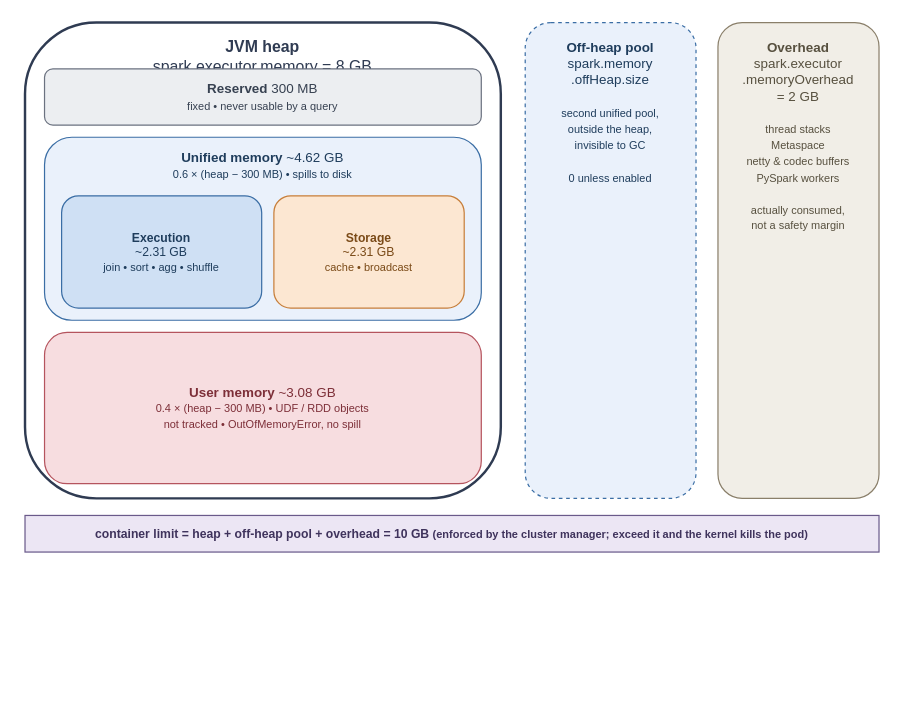
Before: book/figures/executor-memory-model.drawio in AlanPhan04/spark-101-to-pro, a draw.io diagram. Source tidied: cells renumbered, new cells numbered last; positions are measured from the earlier drawing's top-left corner, leaving out a move shared by most shapes. Both pictures are drawn from the tidied source at 122%, with x=0, y=0 at pixel (24, 22).
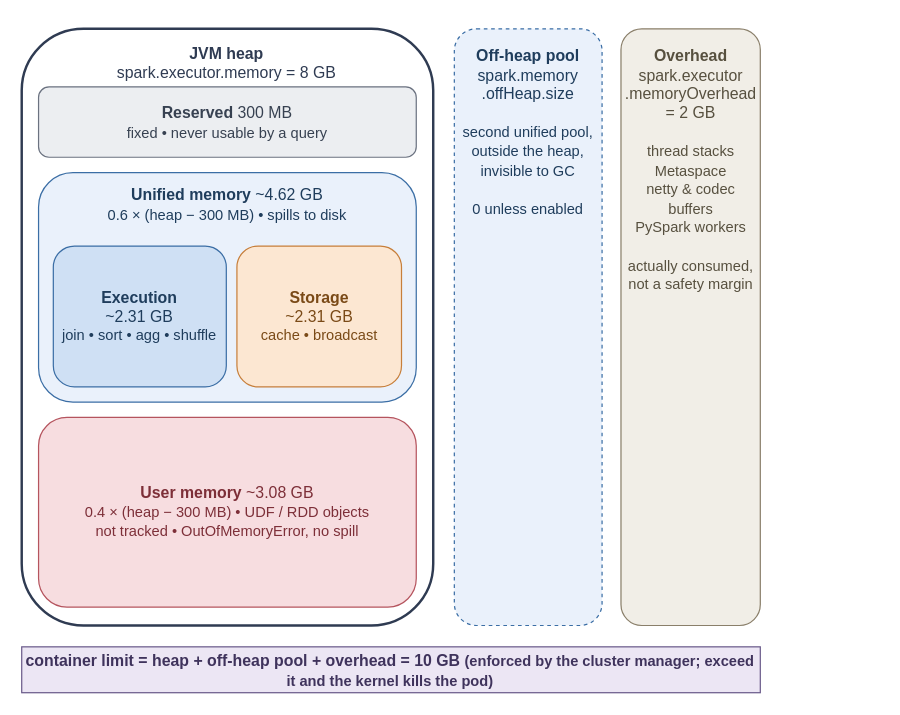
The same diagram, later.

Change to the diagram source:
```diff
@@
 <mxGraphModel>
   <root>
     <mxCell id="0" />
     <mxCell id="1" parent="0" />
     <mxCell id="2" value="&lt;b&gt;JVM heap&lt;/b&gt;&lt;br&gt;spark.executor.memory = 8 GB" style="rounded=1;whiteSpace=wrap;html=1;fillColor=#ffffff;strokeColor=#2f3b52;strokeWidth=2;verticalAlign=top;fontSize=13;spacingTop=6;fontColor=#2f3b52;" parent="1" vertex="1">
-      <mxGeometry width="390" height="390" as="geometry" />
+      <mxGeometry x="-2.7" y="5.1" width="337.3" height="489.1" as="geometry" />
     </mxCell>
-    <mxCell id="3" value="&lt;b&gt;Reserved&lt;/b&gt;  300 MB&lt;br&gt;&lt;span style=&quot;font-size:9px&quot;&gt;fixed &amp;#8226; never usable by a query&lt;/span&gt;" style="rounded=1;whiteSpace=wrap;html=1;fillColor=#eceef1;strokeColor=#6b7280;fontSize=11;fontColor=#374151;" parent="1" vertex="1">
-      <mxGeometry x="16" y="38" width="358" height="46" as="geometry" />
+    <mxCell id="3" value="&lt;b&gt;Reserved&lt;/b&gt;  300 MB&lt;br&gt;&lt;span style=&quot;font-size:12px&quot;&gt;fixed &amp;#8226; never usable by a query&lt;/span&gt;" style="rounded=1;whiteSpace=wrap;html=1;fillColor=#eceef1;strokeColor=#6b7280;fontSize=13;fontColor=#374151;" parent="1" vertex="1">
+      <mxGeometry x="11.1" y="52.7" width="309.6" height="57.7" as="geometry" />
     </mxCell>
-    <mxCell id="4" value="&lt;b&gt;Unified memory&lt;/b&gt;  ~4.62 GB&lt;br&gt;&lt;span style=&quot;font-size:9px&quot;&gt;0.6 &amp;#215; (heap &amp;#8722; 300 MB) &amp;#8226; spills to disk&lt;/span&gt;" style="rounded=1;whiteSpace=wrap;html=1;fillColor=#eaf1fb;strokeColor=#3b6ea5;fontSize=11;verticalAlign=top;spacingTop=4;fontColor=#1f3d5c;" parent="1" vertex="1">
-      <mxGeometry x="16" y="94" width="358" height="150" as="geometry" />
+    <mxCell id="4" value="&lt;b&gt;Unified memory&lt;/b&gt;  ~4.62 GB&lt;br&gt;&lt;span style=&quot;font-size:12px&quot;&gt;0.6 &amp;#215; (heap &amp;#8722; 300 MB) &amp;#8226; spills to disk&lt;/span&gt;" style="rounded=1;whiteSpace=wrap;html=1;fillColor=#eaf1fb;strokeColor=#3b6ea5;fontSize=13;verticalAlign=top;spacingTop=4;fontColor=#1f3d5c;" parent="1" vertex="1">
+      <mxGeometry x="11.1" y="123" width="309.6" height="188.1" as="geometry" />
     </mxCell>
-    <mxCell id="5" value="&lt;b&gt;Execution&lt;/b&gt;&lt;br&gt;~2.31 GB&lt;br&gt;&lt;span style=&quot;font-size:9px&quot;&gt;join &amp;#8226; sort &amp;#8226; agg &amp;#8226; shuffle&lt;/span&gt;" style="rounded=1;whiteSpace=wrap;html=1;fillColor=#cfe0f4;strokeColor=#3b6ea5;fontSize=10;fontColor=#1f3d5c;" parent="1" vertex="1">
-      <mxGeometry x="30" y="142" width="164" height="92" as="geometry" />
+    <mxCell id="5" value="&lt;b&gt;Execution&lt;/b&gt;&lt;br&gt;~2.31 GB&lt;br&gt;&lt;span style=&quot;font-size:12px&quot;&gt;join &amp;#8226; sort &amp;#8226; agg &amp;#8226; shuffle&lt;/span&gt;" style="rounded=1;whiteSpace=wrap;html=1;fillColor=#cfe0f4;strokeColor=#3b6ea5;fontSize=13;fontColor=#1f3d5c;" parent="1" vertex="1">
+      <mxGeometry x="23.2" y="183.2" width="141.8" height="115.4" as="geometry" />
     </mxCell>
-    <mxCell id="6" value="&lt;b&gt;Storage&lt;/b&gt;&lt;br&gt;~2.31 GB&lt;br&gt;&lt;span style=&quot;font-size:9px&quot;&gt;cache &amp;#8226; broadcast&lt;/span&gt;" style="rounded=1;whiteSpace=wrap;html=1;fillColor=#fce7d2;strokeColor=#c77f3b;fontSize=10;fontColor=#7a4a17;" parent="1" vertex="1">
-      <mxGeometry x="204" y="142" width="156" height="92" as="geometry" />
+    <mxCell id="6" value="&lt;b&gt;Storage&lt;/b&gt;&lt;br&gt;~2.31 GB&lt;br&gt;&lt;span style=&quot;font-size:12px&quot;&gt;cache &amp;#8226; broadcast&lt;/span&gt;" style="rounded=1;whiteSpace=wrap;html=1;fillColor=#fce7d2;strokeColor=#c77f3b;fontSize=13;fontColor=#7a4a17;" parent="1" vertex="1">
+      <mxGeometry x="173.7" y="183.2" width="134.9" height="115.4" as="geometry" />
     </mxCell>
-    <mxCell id="7" value="&lt;b&gt;User memory&lt;/b&gt;  ~3.08 GB&lt;br&gt;&lt;span style=&quot;font-size:9px&quot;&gt;0.4 &amp;#215; (heap &amp;#8722; 300 MB) &amp;#8226; UDF / RDD objects&lt;br&gt;not tracked &amp;#8226; OutOfMemoryError, no spill&lt;/span&gt;" style="rounded=1;whiteSpace=wrap;html=1;fillColor=#f7dde0;strokeColor=#b5545e;fontSize=11;fontColor=#7d2f38;" parent="1" vertex="1">
-      <mxGeometry x="16" y="254" width="358" height="124" as="geometry" />
+    <mxCell id="7" value="&lt;b&gt;User memory&lt;/b&gt;  ~3.08 GB&lt;br&gt;&lt;span style=&quot;font-size:12px&quot;&gt;0.4 &amp;#215; (heap &amp;#8722; 300 MB) &amp;#8226; UDF / RDD objects&lt;br&gt;not tracked &amp;#8226; OutOfMemoryError, no spill&lt;/span&gt;" style="rounded=1;whiteSpace=wrap;html=1;fillColor=#f7dde0;strokeColor=#b5545e;fontSize=13;fontColor=#7d2f38;" parent="1" vertex="1">
+      <mxGeometry x="11.1" y="323.6" width="309.6" height="155.5" as="geometry" />
     </mxCell>
-    <mxCell id="8" value="&lt;b&gt;Off-heap pool&lt;/b&gt;&lt;br&gt;spark.memory&lt;br&gt;.offHeap.size&lt;br&gt;&lt;br&gt;&lt;span style=&quot;font-size:9px&quot;&gt;second unified pool,&lt;br&gt;outside the heap,&lt;br&gt;invisible to GC&lt;br&gt;&lt;br&gt;0 unless enabled&lt;/span&gt;" style="rounded=1;whiteSpace=wrap;html=1;fillColor=#eaf1fb;strokeColor=#3b6ea5;dashed=1;fontSize=11;verticalAlign=top;spacingTop=8;fontColor=#1f3d5c;" parent="1" vertex="1">
-      <mxGeometry x="410" width="140" height="390" as="geometry" />
+    <mxCell id="8" value="&lt;b&gt;Off-heap pool&lt;/b&gt;&lt;br&gt;spark.memory&lt;br&gt;.offHeap.size&lt;br&gt;&lt;br&gt;&lt;span style=&quot;font-size:12px&quot;&gt;second unified pool,&lt;br&gt;outside the heap,&lt;br&gt;invisible to GC&lt;br&gt;&lt;br&gt;0 unless enabled&lt;/span&gt;" style="rounded=1;whiteSpace=wrap;html=1;fillColor=#eaf1fb;strokeColor=#3b6ea5;dashed=1;fontSize=13;verticalAlign=top;spacingTop=8;fontColor=#1f3d5c;" parent="1" vertex="1">
+      <mxGeometry x="351.9" y="5.1" width="121.1" height="489.1" as="geometry" />
     </mxCell>
-    <mxCell id="9" value="&lt;b&gt;Overhead&lt;/b&gt;&lt;br&gt;spark.executor&lt;br&gt;.memoryOverhead&lt;br&gt;= 2 GB&lt;br&gt;&lt;br&gt;&lt;span style=&quot;font-size:9px&quot;&gt;thread stacks&lt;br&gt;Metaspace&lt;br&gt;netty &amp;amp; codec buffers&lt;br&gt;PySpark workers&lt;br&gt;&lt;br&gt;actually consumed,&lt;br&gt;not a safety margin&lt;/span&gt;" style="rounded=1;whiteSpace=wrap;html=1;fillColor=#f1eee7;strokeColor=#8a7f6a;fontSize=11;verticalAlign=top;spacingTop=8;fontColor=#57503f;" parent="1" vertex="1">
-      <mxGeometry x="568" width="132" height="390" as="geometry" />
+    <mxCell id="9" value="&lt;b&gt;Overhead&lt;/b&gt;&lt;br&gt;spark.executor&lt;br&gt;.memoryOverhead&lt;br&gt;= 2 GB&lt;br&gt;&lt;br&gt;&lt;span style=&quot;font-size:12px&quot;&gt;thread stacks&lt;br&gt;Metaspace&lt;br&gt;netty &amp;amp; codec buffers&lt;br&gt;PySpark workers&lt;br&gt;&lt;br&gt;actually consumed,&lt;br&gt;not a safety margin&lt;/span&gt;" style="rounded=1;whiteSpace=wrap;html=1;fillColor=#f1eee7;strokeColor=#8a7f6a;fontSize=13;verticalAlign=top;spacingTop=8;fontColor=#57503f;" parent="1" vertex="1">
+      <mxGeometry x="488.5" y="5.1" width="114.2" height="489.1" as="geometry" />
     </mxCell>
-    <mxCell id="10" value="container limit  =  heap  +  off-heap pool  +  overhead   =   10 GB     &lt;span style=&quot;font-size:9px&quot;&gt;(enforced by the cluster manager; exceed it and the kernel kills the pod)&lt;/span&gt;" style="rounded=0;whiteSpace=wrap;html=1;fillColor=#ece6f4;strokeColor=#6a5a8a;fontSize=10;fontStyle=1;fontColor=#3f335c;" parent="1" vertex="1">
-      <mxGeometry y="404" width="700" height="30" as="geometry" />
+    <mxCell id="10" value="container limit  =  heap  +  off-heap pool  +  overhead   =   10 GB     &lt;span style=&quot;font-size:12px&quot;&gt;(enforced by the cluster manager; exceed it and the kernel kills the pod)&lt;/span&gt;" style="rounded=0;whiteSpace=wrap;html=1;fillColor=#ece6f4;strokeColor=#6a5a8a;fontSize=13;fontStyle=1;fontColor=#3f335c;" parent="1" vertex="1">
+      <mxGeometry x="-2.7" y="511.7" width="605.4" height="37.6" as="geometry" />
     </mxCell>
   </root>
 </mxGraphModel>
```
